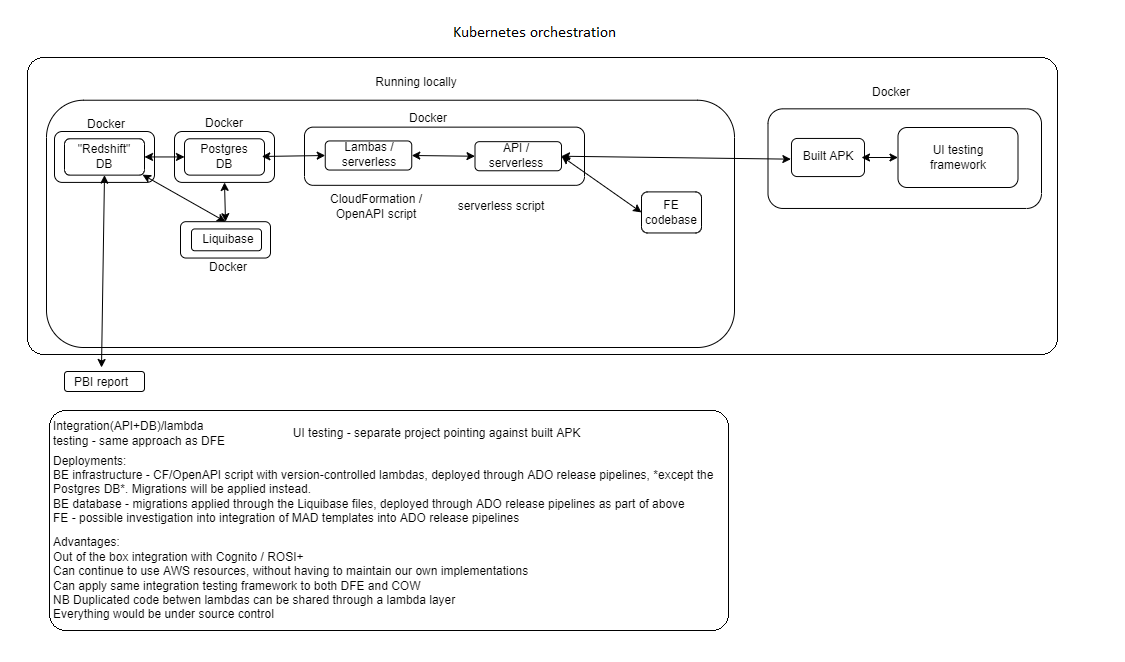
Before: project_arch.PNG, a diagram exported from draw.io (tsmithsoftware/local-api-development). Source tidied: cells renumbered, new cells last; positions are measured from the earlier drawing's top-left corner, leaving out a move shared by most shapes.
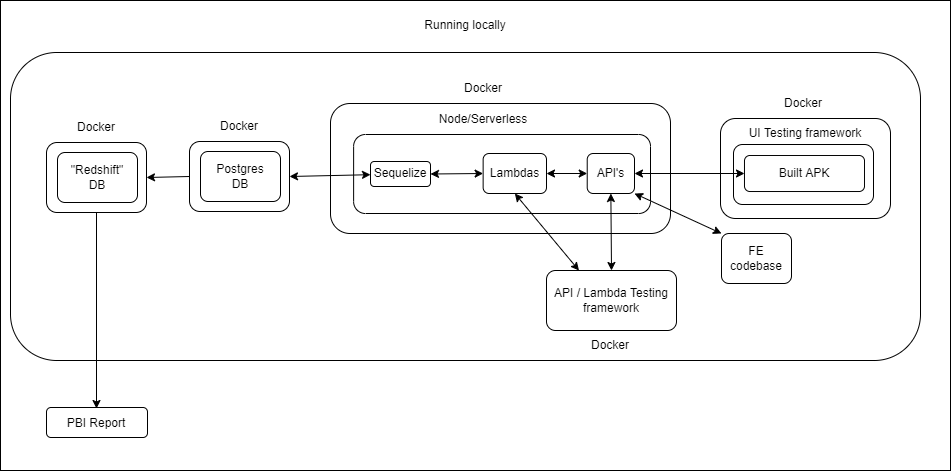
After the commit.

Commit message:
update architecture diagram

The edit, as a diff of the source:
```diff
@@ -2,182 +2,134 @@
   <root>
     <mxCell id="0" />
     <mxCell id="1" parent="0" />
-    <mxCell id="2" style="group;" parent="1" vertex="1">
-      <mxGeometry x="745" y="60" width="250" height="81" as="geometry" />
-    </mxCell>
-    <mxCell id="3" style="group;" parent="2" vertex="1">
-      <mxGeometry y="11" width="250" height="70" as="geometry" />
-    </mxCell>
-    <mxCell id="4" style="rounded=1;whiteSpace=wrap;html=1;" parent="3" vertex="1">
-      <mxGeometry x="-23.5" y="-29.6" width="273.5" height="99.6" as="geometry" />
-    </mxCell>
-    <mxCell id="5" style="rounded=1;whiteSpace=wrap;html=1;" parent="3" vertex="1">
-      <mxGeometry width="73" height="38.1" as="geometry" />
-    </mxCell>
+    <mxCell id="59" style="rounded=0;whiteSpace=wrap;html=1;" parent="1" vertex="1">
+      <mxGeometry x="-125" y="-10" width="950" height="470" as="geometry" />
+    </mxCell>
+    <mxCell id="60" style="rounded=1;whiteSpace=wrap;html=1;" parent="1" vertex="1">
+      <mxGeometry x="-115" y="42" width="910" height="308" as="geometry" />
+    </mxCell>
+    <mxCell id="61" style="group;" parent="1" vertex="1">
+      <mxGeometry x="-79" y="102" width="100" height="100" as="geometry" />
+    </mxCell>
+    <mxCell id="62" style="rounded=1;whiteSpace=wrap;html=1;" parent="61" vertex="1">
+      <mxGeometry y="30" width="100" height="70" as="geometry" />
+    </mxCell>
+    <mxCell id="63" style="rounded=1;whiteSpace=wrap;html=1;" parent="61" vertex="1">
+      <mxGeometry x="11" y="40" width="80" height="50" as="geometry" />
+    </mxCell>
+    <mxCell id="27" value="&quot;Redshift&quot; DB" style="text;html=1;strokeColor=none;fillColor=none;align=center;verticalAlign=middle;whiteSpace=wrap;rounded=0;" parent="61" vertex="1">
+      <mxGeometry x="21" y="50" width="60" height="30" as="geometry" />
+    </mxCell>
+    <mxCell id="64" value="Docker" style="text;html=1;strokeColor=none;fillColor=none;align=center;verticalAlign=middle;whiteSpace=wrap;rounded=0;" parent="61" vertex="1">
+      <mxGeometry x="20" width="60" height="30" as="geometry" />
+    </mxCell>
+    <mxCell id="65" style="group;" parent="1" vertex="1">
+      <mxGeometry x="-79" y="397" width="101" height="30" as="geometry" />
+    </mxCell>
+    <mxCell id="66" style="rounded=1;whiteSpace=wrap;html=1;" parent="65" vertex="1">
+      <mxGeometry width="101" height="30" as="geometry" />
+    </mxCell>
+    <mxCell id="67" value="PBI Report" style="text;html=1;strokeColor=none;fillColor=none;align=center;verticalAlign=middle;whiteSpace=wrap;rounded=0;" parent="65" vertex="1">
+      <mxGeometry x="5" y="1" width="90" height="30" as="geometry" />
+    </mxCell>
+    <mxCell id="68" style="group;" parent="1" vertex="1">
+      <mxGeometry x="64" y="101" width="100" height="100" as="geometry" />
+    </mxCell>
+    <mxCell id="69" style="rounded=1;whiteSpace=wrap;html=1;" parent="68" vertex="1">
+      <mxGeometry y="30" width="100" height="70" as="geometry" />
+    </mxCell>
+    <mxCell id="70" style="rounded=1;whiteSpace=wrap;html=1;" parent="68" vertex="1">
+      <mxGeometry x="11" y="40" width="80" height="50" as="geometry" />
+    </mxCell>
+    <mxCell id="31" value="Postgres DB" style="text;html=1;strokeColor=none;fillColor=none;align=center;verticalAlign=middle;whiteSpace=wrap;rounded=0;" parent="68" vertex="1">
+      <mxGeometry x="21" y="50" width="60" height="30" as="geometry" />
+    </mxCell>
+    <mxCell id="71" value="Docker" style="text;html=1;strokeColor=none;fillColor=none;align=center;verticalAlign=middle;whiteSpace=wrap;rounded=0;" parent="68" vertex="1">
+      <mxGeometry x="20" width="60" height="30" as="geometry" />
+    </mxCell>
+    <mxCell id="72" style="group;" parent="1" vertex="1">
+      <mxGeometry x="205" y="63" width="340" height="160" as="geometry" />
+    </mxCell>
+    <mxCell id="73" style="rounded=1;whiteSpace=wrap;html=1;" parent="72" vertex="1">
+      <mxGeometry y="30" width="340" height="130" as="geometry" />
+    </mxCell>
+    <mxCell id="74" style="rounded=1;whiteSpace=wrap;html=1;" parent="72" vertex="1">
+      <mxGeometry x="23.1" y="61" width="296.9" height="79" as="geometry" />
+    </mxCell>
+    <mxCell id="75" value="Lambdas" style="rounded=1;whiteSpace=wrap;html=1;" parent="72" vertex="1">
+      <mxGeometry x="152.6" y="80" width="63.4" height="40" as="geometry" />
+    </mxCell>
+    <mxCell id="76" value="API's" style="rounded=1;whiteSpace=wrap;html=1;" parent="72" vertex="1">
+      <mxGeometry x="256.7" y="80" width="47.3" height="40" as="geometry" />
+    </mxCell>
+    <mxCell id="77" value="Node/Serverless" style="text;html=1;strokeColor=none;fillColor=none;align=center;verticalAlign=middle;whiteSpace=wrap;rounded=0;" parent="72" vertex="1">
+      <mxGeometry x="111.5" y="31" width="81.6" height="30" as="geometry" />
+    </mxCell>
+    <mxCell id="78" value="Docker" style="text;html=1;strokeColor=none;fillColor=none;align=center;verticalAlign=middle;whiteSpace=wrap;rounded=0;" parent="72" vertex="1">
+      <mxGeometry x="111.5" width="81.6" height="30" as="geometry" />
+    </mxCell>
+    <mxCell id="79" style="endArrow=classic;startArrow=classic;html=1;rounded=0;entryX=0;entryY=0.5;entryDx=0;entryDy=0;exitX=1;exitY=0.5;exitDx=0;exitDy=0;" parent="72" edge="1" source="75" target="76">
+      <mxGeometry relative="1" as="geometry" />
+    </mxCell>
+    <mxCell id="80" value="Sequelize" style="rounded=1;whiteSpace=wrap;html=1;" parent="72" vertex="1">
+      <mxGeometry x="40" y="88" width="60" height="25" as="geometry" />
+    </mxCell>
+    <mxCell id="81" style="endArrow=classic;startArrow=classic;html=1;rounded=0;entryX=0;entryY=0.5;entryDx=0;entryDy=0;exitX=1;exitY=0.5;exitDx=0;exitDy=0;" parent="72" edge="1" source="80" target="75">
+      <mxGeometry relative="1" as="geometry" />
+    </mxCell>
+    <mxCell id="82" style="endArrow=classic;startArrow=classic;html=1;rounded=0;exitX=1;exitY=0.5;exitDx=0;exitDy=0;" parent="1" edge="1" source="69" target="80">
+      <mxGeometry relative="1" as="geometry" />
+    </mxCell>
+    <mxCell id="83" style="endArrow=classic;html=1;rounded=0;exitX=0;exitY=0.5;exitDx=0;exitDy=0;entryX=1;entryY=0.5;entryDx=0;entryDy=0;" parent="1" edge="1" source="69" target="62">
+      <mxGeometry relative="1" as="geometry" />
+    </mxCell>
+    <mxCell id="84" style="endArrow=classic;html=1;rounded=0;exitX=0.5;exitY=1;exitDx=0;exitDy=0;entryX=0.5;entryY=0;entryDx=0;entryDy=0;" parent="1" edge="1" source="62" target="67">
+      <mxGeometry relative="1" as="geometry" />
+    </mxCell>
+    <mxCell id="47" value="FE codebase" style="rounded=1;whiteSpace=wrap;html=1;" parent="1" vertex="1">
+      <mxGeometry x="596" y="223" width="70" height="50" as="geometry" />
+    </mxCell>
+    <mxCell id="85" style="endArrow=classic;startArrow=classic;html=1;rounded=0;entryX=1;entryY=1;entryDx=0;entryDy=0;exitX=0;exitY=0;exitDx=0;exitDy=0;" parent="1" edge="1" source="47" target="76">
+      <mxGeometry relative="1" as="geometry" />
+    </mxCell>
+    <mxCell id="86" style="group;" parent="1" vertex="1">
+      <mxGeometry x="595" y="78" width="170" height="130" as="geometry" />
+    </mxCell>
+    <mxCell id="87" style="rounded=1;whiteSpace=wrap;html=1;" parent="86" vertex="1">
+      <mxGeometry y="30" width="170" height="100" as="geometry" />
+    </mxCell>
+    <mxCell id="88" style="group;" parent="86" vertex="1">
+      <mxGeometry x="13" y="30" width="140" height="86" as="geometry" />
+    </mxCell>
+    <mxCell id="89" style="rounded=1;whiteSpace=wrap;html=1;" parent="88" vertex="1">
+      <mxGeometry y="26" width="140" height="60" as="geometry" />
+    </mxCell>
-    <mxCell id="6" value="Built APK" style="text;html=1;strokeColor=none;fillColor=none;align=center;verticalAlign=middle;whiteSpace=wrap;rounded=0;" parent="3" vertex="1">
-      <mxGeometry x="6.5" y="3" width="60" height="30" as="geometry" />
+    <mxCell id="6" value="Built APK" style="rounded=1;whiteSpace=wrap;html=1;" parent="88" vertex="1">
+      <mxGeometry x="11" y="37" width="120" height="36" as="geometry" />
     </mxCell>
-    <mxCell id="7" style="group;" parent="2" vertex="1">
-      <mxGeometry x="106.5" width="120" height="60" as="geometry" />
-    </mxCell>
-    <mxCell id="8" style="rounded=1;whiteSpace=wrap;html=1;" parent="7" vertex="1">
-      <mxGeometry width="120" height="60" as="geometry" />
-    </mxCell>
-    <mxCell id="9" value="UI testing framework" style="text;html=1;strokeColor=none;fillColor=none;align=center;verticalAlign=middle;whiteSpace=wrap;rounded=0;" parent="7" vertex="1">
-      <mxGeometry x="15" y="15" width="90" height="30" as="geometry" />
-    </mxCell>
-    <mxCell id="10" style="endArrow=classic;startArrow=classic;html=1;rounded=0;entryX=0;entryY=0.5;entryDx=0;entryDy=0;" parent="2" edge="1" target="8">
-      <mxGeometry relative="1" as="geometry">
-        <mxPoint x="70" y="30" as="sourcePoint" />
-      </mxGeometry>
-    </mxCell>
-    <mxCell id="11" style="group;" parent="1" vertex="1">
-      <mxGeometry x="18" y="40" width="670" height="240" as="geometry" />
-    </mxCell>
-    <mxCell id="12" style="rounded=1;whiteSpace=wrap;html=1;" parent="11" vertex="1">
-      <mxGeometry x="-18" y="-7.3" width="688" height="247.3" as="geometry" />
-    </mxCell>
-    <mxCell id="13" style="rounded=1;whiteSpace=wrap;html=1;" parent="11" vertex="1">
-      <mxGeometry x="116" y="114.2" width="90" height="36.4" as="geometry" />
-    </mxCell>
-    <mxCell id="14" value="Docker" style="text;html=1;strokeColor=none;fillColor=none;align=center;verticalAlign=middle;whiteSpace=wrap;rounded=0;" parent="11" vertex="1">
-      <mxGeometry x="334" width="60" height="21.8" as="geometry" />
-    </mxCell>
-    <mxCell id="15" style="group;" parent="11" vertex="1">
-      <mxGeometry x="240" y="19.6" width="280" height="58.2" as="geometry" />
-    </mxCell>
-    <mxCell id="16" style="rounded=1;whiteSpace=wrap;html=1;" parent="15" vertex="1">
-      <mxGeometry width="280" height="58.2" as="geometry" />
-    </mxCell>
-    <mxCell id="17" style="group;" parent="15" vertex="1">
-      <mxGeometry x="170.5" y="14.5" width="86.5" height="29.1" as="geometry" />
-    </mxCell>
-    <mxCell id="18" style="rounded=1;whiteSpace=wrap;html=1;" parent="17" vertex="1">
-      <mxGeometry width="86.5" height="29.1" as="geometry" />
-    </mxCell>
-    <mxCell id="19" value="API / serverless" style="text;html=1;strokeColor=none;fillColor=none;align=center;verticalAlign=middle;whiteSpace=wrap;rounded=0;" parent="17" vertex="1">
-      <mxGeometry x="11.5" y="2.9" width="60" height="21.8" as="geometry" />
-    </mxCell>
-    <mxCell id="20" style="group;" parent="15" vertex="1">
-      <mxGeometry x="26.8" y="13.8" width="86.5" height="29.1" as="geometry" />
-    </mxCell>
-    <mxCell id="21" style="rounded=1;whiteSpace=wrap;html=1;" parent="20" vertex="1">
-      <mxGeometry x="-6" width="86.5" height="29.1" as="geometry" />
-    </mxCell>
-    <mxCell id="22" value="Lambas / serverless" style="text;html=1;strokeColor=none;fillColor=none;align=center;verticalAlign=middle;whiteSpace=wrap;rounded=0;" parent="20" vertex="1">
-      <mxGeometry x="8.2" y="2.9" width="60" height="21.8" as="geometry" />
-    </mxCell>
-    <mxCell id="23" style="endArrow=classic;startArrow=classic;html=1;rounded=0;exitX=1;exitY=0.5;exitDx=0;exitDy=0;entryX=0;entryY=0.5;entryDx=0;entryDy=0;" parent="15" edge="1" source="21" target="18">
-      <mxGeometry relative="1" as="geometry" />
-    </mxCell>
-    <mxCell id="24" style="group;" parent="11" vertex="1">
-      <mxGeometry y="31.3" width="110" height="43.6" as="geometry" />
-    </mxCell>
-    <mxCell id="25" style="rounded=1;whiteSpace=wrap;html=1;" parent="24" vertex="1">
-      <mxGeometry x="-10" y="-7.3" width="100" height="50.9" as="geometry" />
-    </mxCell>
-    <mxCell id="26" style="rounded=1;whiteSpace=wrap;html=1;" parent="24" vertex="1">
-      <mxGeometry width="80" height="36.4" as="geometry" />
-    </mxCell>
-    <mxCell id="27" value="&quot;Redshift&quot; DB" style="text;html=1;strokeColor=none;fillColor=none;align=center;verticalAlign=middle;whiteSpace=wrap;rounded=0;" parent="24" vertex="1">
-      <mxGeometry x="10" y="7.3" width="60" height="21.8" as="geometry" />
-    </mxCell>
-    <mxCell id="28" style="group;" parent="11" vertex="1">
-      <mxGeometry x="120" y="26.9" width="110" height="43.6" as="geometry" />
-    </mxCell>
-    <mxCell id="29" style="rounded=1;whiteSpace=wrap;html=1;" parent="28" vertex="1">
-      <mxGeometry x="-10" y="-2.9" width="100" height="50.9" as="geometry" />
-    </mxCell>
-    <mxCell id="30" style="rounded=1;whiteSpace=wrap;html=1;" parent="28" vertex="1">
-      <mxGeometry y="4.4" width="80" height="36.4" as="geometry" />
-    </mxCell>
-    <mxCell id="31" value="Postgres DB" style="text;html=1;strokeColor=none;fillColor=none;align=center;verticalAlign=middle;whiteSpace=wrap;rounded=0;" parent="28" vertex="1">
-      <mxGeometry x="10" y="11.6" width="60" height="21.8" as="geometry" />
-    </mxCell>
-    <mxCell id="32" value="Docker" style="text;html=1;strokeColor=none;fillColor=none;align=center;verticalAlign=middle;whiteSpace=wrap;rounded=0;" parent="11" vertex="1">
-      <mxGeometry x="130" y="5.1" width="60" height="21.8" as="geometry" />
-    </mxCell>
-    <mxCell id="33" style="endArrow=classic;startArrow=classic;html=1;rounded=0;entryX=0;entryY=0.5;entryDx=0;entryDy=0;exitX=1.122;exitY=0.478;exitDx=0;exitDy=0;exitPerimeter=0;" parent="11" edge="1" source="31" target="21">
-      <mxGeometry relative="1" as="geometry" />
-    </mxCell>
-    <mxCell id="34" style="endArrow=classic;startArrow=classic;html=1;rounded=0;exitX=1;exitY=0.5;exitDx=0;exitDy=0;" parent="11" edge="1" source="26">
-      <mxGeometry relative="1" as="geometry">
-        <mxPoint x="120" y="49.5" as="targetPoint" />
-      </mxGeometry>
-    </mxCell>
-    <mxCell id="35" value="Docker" style="text;html=1;strokeColor=none;fillColor=none;align=center;verticalAlign=middle;whiteSpace=wrap;rounded=0;" parent="11" vertex="1">
-      <mxGeometry x="12" y="6.5" width="60" height="21.8" as="geometry" />
-    </mxCell>
-    <mxCell id="36" value="Docker" style="text;html=1;strokeColor=none;fillColor=none;align=center;verticalAlign=middle;whiteSpace=wrap;rounded=0;" parent="11" vertex="1">
-      <mxGeometry x="134" y="149.1" width="60" height="21.8" as="geometry" />
-    </mxCell>
-    <mxCell id="37" style="endArrow=classic;startArrow=classic;html=1;rounded=0;entryX=0.5;entryY=1;entryDx=0;entryDy=0;exitX=0.5;exitY=0;exitDx=0;exitDy=0;" parent="11" edge="1" source="13" target="29">
-      <mxGeometry relative="1" as="geometry" />
-    </mxCell>
-    <mxCell id="38" style="group;" parent="11" vertex="1">
-      <mxGeometry x="127" y="121.5" width="70" height="21.8" as="geometry" />
-    </mxCell>
-    <mxCell id="39" style="rounded=1;whiteSpace=wrap;html=1;" parent="38" vertex="1">
-      <mxGeometry width="70" height="21.8" as="geometry" />
-    </mxCell>
-    <mxCell id="40" value="Liquibase" style="text;html=1;strokeColor=none;fillColor=none;align=center;verticalAlign=middle;whiteSpace=wrap;rounded=0;" parent="38" vertex="1">
-      <mxGeometry x="7" width="60" height="21.8" as="geometry" />
-    </mxCell>
-    <mxCell id="41" style="endArrow=classic;startArrow=classic;html=1;rounded=0;exitX=0.5;exitY=0;exitDx=0;exitDy=0;entryX=1.133;entryY=1.311;entryDx=0;entryDy=0;entryPerimeter=0;" parent="11" edge="1" source="13" target="27">
-      <mxGeometry relative="1" as="geometry" />
-    </mxCell>
-    <mxCell id="42" value="CloudFormation / OpenAPI script" style="text;html=1;strokeColor=none;fillColor=none;align=center;verticalAlign=middle;whiteSpace=wrap;rounded=0;" parent="11" vertex="1">
-      <mxGeometry x="257" y="84.2" width="110" height="30" as="geometry" />
-    </mxCell>
-    <mxCell id="43" value="serverless script" style="text;html=1;strokeColor=none;fillColor=none;align=center;verticalAlign=middle;whiteSpace=wrap;rounded=0;" parent="11" vertex="1">
-      <mxGeometry x="387" y="84.2" width="100" height="30" as="geometry" />
-    </mxCell>
-    <mxCell id="44" style="endArrow=classic;startArrow=classic;html=1;rounded=0;exitX=1;exitY=0.5;exitDx=0;exitDy=0;entryX=0;entryY=0.5;entryDx=0;entryDy=0;" parent="11" edge="1" source="18" target="47">
-      <mxGeometry relative="1" as="geometry" />
-    </mxCell>
-    <mxCell id="45" style="group;" parent="11" vertex="1">
-      <mxGeometry x="577" y="74.9" width="60" height="60" as="geometry" />
-    </mxCell>
-    <mxCell id="46" style="rounded=1;whiteSpace=wrap;html=1;" parent="45" vertex="1">
-      <mxGeometry y="9.5" width="60" height="41.1" as="geometry" />
-    </mxCell>
-    <mxCell id="47" value="FE codebase" style="text;html=1;strokeColor=none;fillColor=none;align=center;verticalAlign=middle;whiteSpace=wrap;rounded=0;" parent="45" vertex="1">
-      <mxGeometry width="60" height="60" as="geometry" />
-    </mxCell>
-    <mxCell id="48" value="Integration(API+DB)/lambda testing - same approach as DFE" style="text;html=1;strokeColor=none;fillColor=none;align=left;verticalAlign=middle;whiteSpace=wrap;rounded=0;" parent="1" vertex="1">
-      <mxGeometry x="5" y="351" width="190" height="30" as="geometry" />
-    </mxCell>
-    <mxCell id="49" value="Deployments:&lt;br&gt;BE infrastructure - CF/OpenAPI script with version-controlled lambdas, deployed through ADO release pipelines, *except the Postgres DB*. Migrations will be applied instead.&lt;br&gt;BE database - migrations applied through the Liquibase files, deployed through ADO release pipelines as part of above&lt;br&gt;FE - possible investigation into integration of MAD templates into ADO release pipelines" style="text;html=1;strokeColor=none;fillColor=none;align=left;verticalAlign=start;whiteSpace=wrap;rounded=0;" parent="1" vertex="1">
-      <mxGeometry x="5" y="385" width="680" height="60" as="geometry" />
-    </mxCell>
-    <mxCell id="50" value="Advantages:&lt;br&gt;Out of the box integration with Cognito / ROSI+&lt;br&gt;Can continue to use AWS resources, without having to maintain our own implementations&lt;br&gt;Can apply same integration testing framework to both DFE and COW&lt;br&gt;NB Duplicated code betwen lambdas can be shared through a lambda layer&lt;br&gt;Everything would be under source control" style="text;html=1;align=start;verticalAlign=start;align=left;strokeColor=none;fillColor=none;" parent="1" vertex="1">
-      <mxGeometry x="5" y="454" width="500" height="100" as="geometry" />
-    </mxCell>
-    <mxCell id="51" style="endArrow=classic;startArrow=classic;html=1;rounded=0;exitX=0.5;exitY=1;exitDx=0;exitDy=0;" parent="1" edge="1" source="26">
-      <mxGeometry relative="1" as="geometry">
-        <mxPoint x="55" y="300" as="targetPoint" />
-      </mxGeometry>
-    </mxCell>
+    <mxCell id="90" value="UI Testing framework" style="text;html=1;strokeColor=none;fillColor=none;align=center;verticalAlign=middle;whiteSpace=wrap;rounded=0;" parent="88" vertex="1">
+      <mxGeometry x="7" width="130" height="30" as="geometry" />
+    </mxCell>
+    <mxCell id="91" value="Docker" style="text;html=1;strokeColor=none;fillColor=none;align=center;verticalAlign=middle;whiteSpace=wrap;rounded=0;" parent="86" vertex="1">
+      <mxGeometry x="53" width="60" height="30" as="geometry" />
+    </mxCell>
+    <mxCell id="92" style="endArrow=classic;startArrow=classic;html=1;rounded=0;exitX=1;exitY=0.5;exitDx=0;exitDy=0;entryX=0;entryY=0.5;entryDx=0;entryDy=0;" parent="1" edge="1" source="76" target="6">
+      <mxGeometry relative="1" as="geometry" />
+    </mxCell>
     <mxCell id="52" value="Running locally" style="text;html=1;strokeColor=none;fillColor=none;align=center;verticalAlign=middle;whiteSpace=wrap;rounded=0;" parent="1" vertex="1">
-      <mxGeometry x="285" width="170" height="30" as="geometry" />
+      <mxGeometry x="285" width="110" height="30" as="geometry" />
     </mxCell>
-    <mxCell id="53" style="group;" parent="1" vertex="1">
-      <mxGeometry x="18" y="300" width="80" height="30" as="geometry" />
-    </mxCell>
-    <mxCell id="54" style="rounded=1;whiteSpace=wrap;html=1;" parent="53" vertex="1">
-      <mxGeometry y="4" width="80" height="20" as="geometry" />
-    </mxCell>
-    <mxCell id="55" value="PBI report" style="text;html=1;strokeColor=none;fillColor=none;align=center;verticalAlign=middle;whiteSpace=wrap;rounded=0;" parent="53" vertex="1">
-      <mxGeometry x="7" width="60" height="30" as="geometry" />
-    </mxCell>
-    <mxCell id="56" value="UI testing - separate project pointing against built APK" style="text;html=1;align=center;verticalAlign=middle;strokeColor=none;fillColor=none;" parent="1" vertex="1">
-      <mxGeometry x="235" y="351" width="310" height="30" as="geometry" />
-    </mxCell>
-    <mxCell id="57" style="endArrow=classic;startArrow=classic;html=1;rounded=0;exitX=1;exitY=0.5;exitDx=0;exitDy=0;entryX=-0.119;entryY=0.59;entryDx=0;entryDy=0;entryPerimeter=0;" parent="1" edge="1" source="18" target="6">
-      <mxGeometry relative="1" as="geometry" />
-    </mxCell>
-    <mxCell id="58" value="Docker" style="text;html=1;strokeColor=none;fillColor=none;align=center;verticalAlign=middle;whiteSpace=wrap;rounded=0;" parent="1" vertex="1">
-      <mxGeometry x="815" y="10" width="60" height="30" as="geometry" />
-    </mxCell>
+    <mxCell id="93" value="API / Lambda Testing framework" style="rounded=1;whiteSpace=wrap;html=1;" parent="1" vertex="1">
+      <mxGeometry x="421" y="260" width="130" height="60" as="geometry" />
+    </mxCell>
+    <mxCell id="94" style="endArrow=classic;startArrow=classic;html=1;rounded=0;entryX=0.5;entryY=1;entryDx=0;entryDy=0;exitX=0.5;exitY=0;exitDx=0;exitDy=0;" parent="1" edge="1" source="93" target="76">
+      <mxGeometry relative="1" as="geometry" />
+    </mxCell>
+    <mxCell id="95" style="endArrow=classic;startArrow=classic;html=1;rounded=0;entryX=0.5;entryY=1;entryDx=0;entryDy=0;exitX=0.25;exitY=0;exitDx=0;exitDy=0;" parent="1" edge="1" source="93" target="75">
+      <mxGeometry relative="1" as="geometry" />
+    </mxCell>
+    <mxCell id="96" value="Docker" style="text;html=1;strokeColor=none;fillColor=none;align=center;verticalAlign=middle;whiteSpace=wrap;rounded=0;" parent="1" vertex="1">
+      <mxGeometry x="455" y="320" width="60" height="30" as="geometry" />
+    </mxCell>
   </root>
 </mxGraphModel>
```
